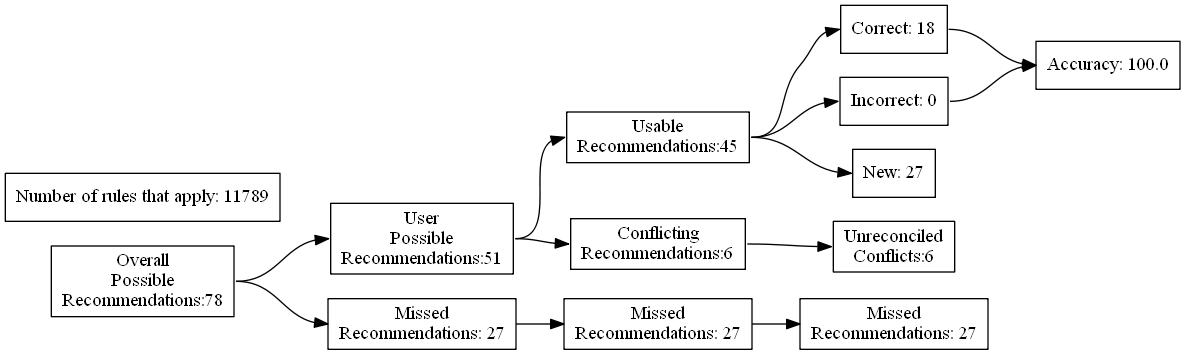
The Graphviz diagram test_renders/27.gv.png in ZaxR/ibd_diet_analysis, before a commit. Its source is kept beside it as test_renders/27.gv.
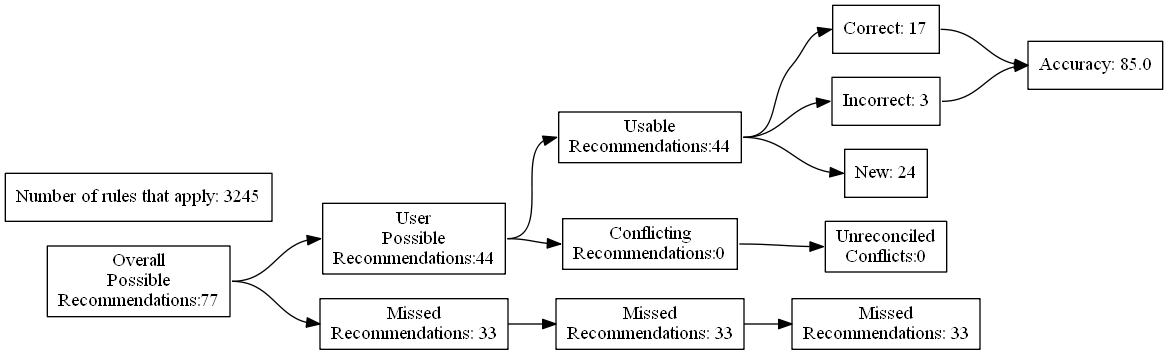
Above is the later version.

Change to the diagram source:
```diff
@@ -4,27 +4,27 @@
 	edge [headport=w tailport=e]
 		A [label="Overall
 Possible
-Recommendations:78"]
+Recommendations:77"]
 		B [label="User
 Possible
-Recommendations:51"]
+Recommendations:44"]
 		C [label="Missed
-Recommendations: 27"]
+Recommendations: 33"]
 		D [label="Usable
-Recommendations:45"]
+Recommendations:44"]
 		E [label="Conflicting
-Recommendations:6"]
+Recommendations:0"]
 		J [label="Missed
-Recommendations: 27"]
+Recommendations: 33"]
 		M [label="Unreconciled
-Conflicts:6"]
-		F [label="Correct: 18"]
-		G [label="Incorrect: 0"]
-		H [label="New: 27"]
+Conflicts:0"]
+		F [label="Correct: 17"]
+		G [label="Incorrect: 3"]
+		H [label="New: 24"]
 		K [label="Missed
-Recommendations: 27"]
-		I [label="Accuracy: 100.0"]
-		l [label="Number of rules that apply: 11789"]
+Recommendations: 33"]
+		I [label="Accuracy: 85.0"]
+		l [label="Number of rules that apply: 3245"]
 			A -> B
 			A -> C
 			B -> D
```
